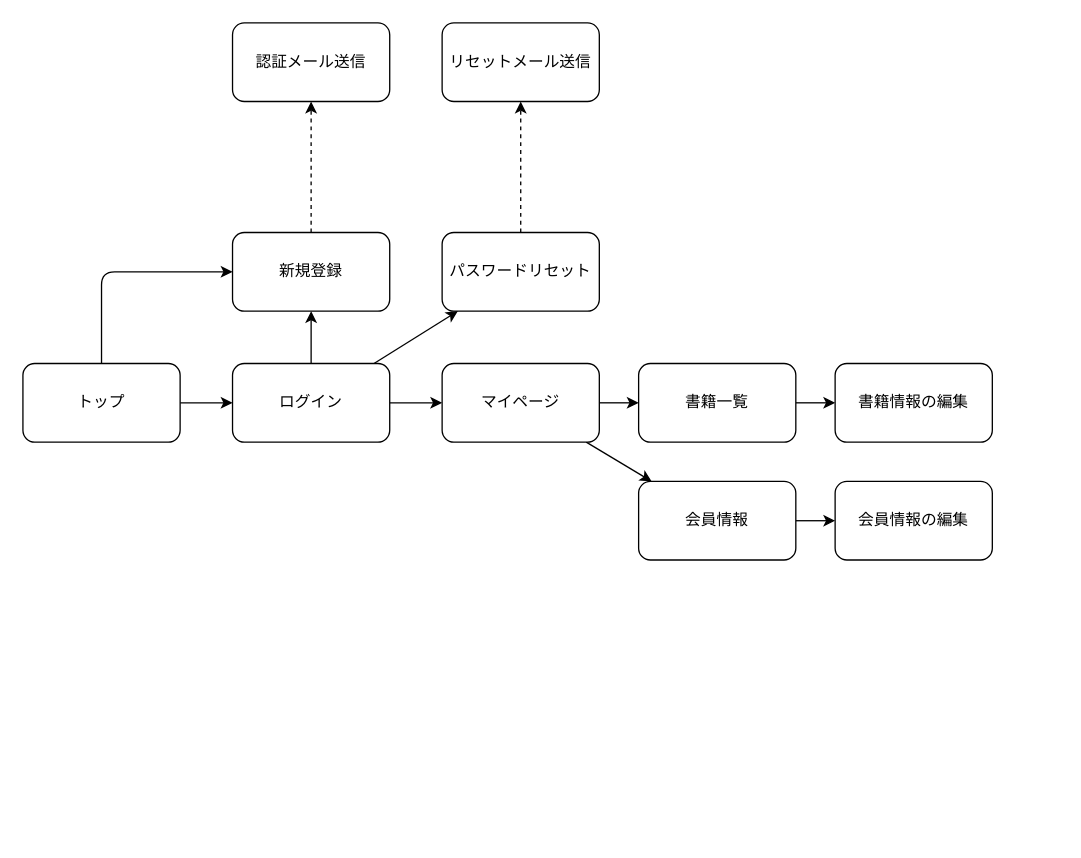
Earlier version of the draw.io diagram upstream/screen_transition.drawio (typ2-f/yuzora). Source tidied: cells renumbered, new cells numbered last; positions are measured from the earlier drawing's top-left corner, leaving out a move shared by most shapes. Both pictures are drawn from the tidied source at 131%, with x=0, y=0 at pixel (22, 22).
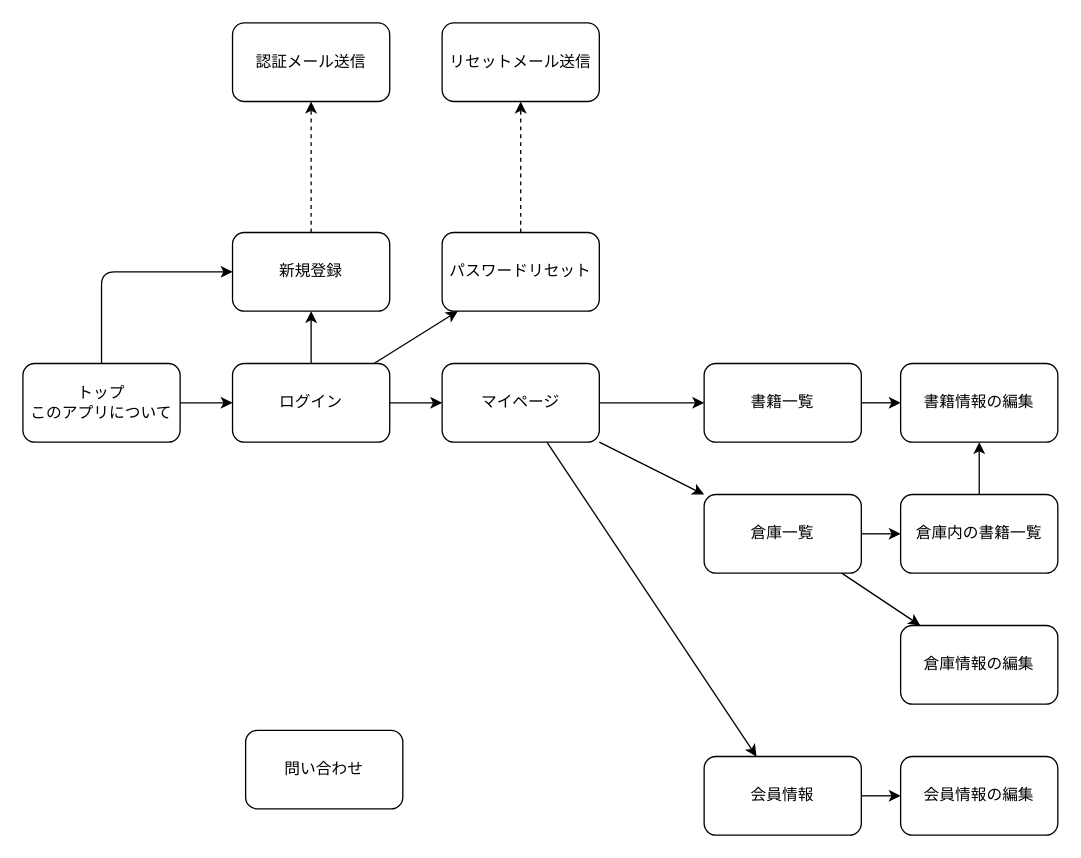
The same page after the edit.

Unchanged cells that the change refers to:
```xml
<mxCell id="17" value="マイページ" style="rounded=1;whiteSpace=wrap;html=1;" parent="1" vertex="1">
  <mxGeometry x="320" y="260" width="120" height="60" as="geometry" />
</mxCell>
```

Diff of the diagram source:
```diff
@@
-    <mxCell id="4" value="トップ" style="rounded=1;whiteSpace=wrap;html=1;" parent="1" vertex="1">
+    <mxCell id="4" value="トップ&lt;br&gt;このアプリについて" style="rounded=1;whiteSpace=wrap;html=1;" parent="1" vertex="1">
       <mxGeometry y="260" width="120" height="60" as="geometry" />
     </mxCell>
@@
     <mxCell id="8" value="書籍一覧" style="rounded=1;whiteSpace=wrap;html=1;" parent="1" vertex="1">
-      <mxGeometry x="470" y="260" width="120" height="60" as="geometry" />
+      <mxGeometry x="520" y="260" width="120" height="60" as="geometry" />
     </mxCell>
     <mxCell id="9" value="会員情報の編集" style="rounded=1;whiteSpace=wrap;html=1;" parent="1" vertex="1">
-      <mxGeometry x="620" y="350" width="120" height="60" as="geometry" />
+      <mxGeometry x="670" y="560" width="120" height="60" as="geometry" />
     </mxCell>
     <mxCell id="10" value="書籍情報の編集" style="rounded=1;whiteSpace=wrap;html=1;" parent="1" vertex="1">
-      <mxGeometry x="620" y="260" width="120" height="60" as="geometry" />
+      <mxGeometry x="670" y="260" width="120" height="60" as="geometry" />
     </mxCell>
@@
     <mxCell id="14" value="会員情報" style="rounded=1;whiteSpace=wrap;html=1;" parent="1" vertex="1">
-      <mxGeometry x="470" y="350" width="120" height="60" as="geometry" />
+      <mxGeometry x="520" y="560" width="120" height="60" as="geometry" />
     </mxCell>
@@
+    <mxCell id="24" style="edgeStyle=none;html=1;" parent="1" edge="1" source="17" target="28">
+      <mxGeometry relative="1" as="geometry" />
+    </mxCell>
@@
+    <mxCell id="25" value="問い合わせ" style="rounded=1;whiteSpace=wrap;html=1;" parent="1" vertex="1">
+      <mxGeometry x="170" y="540" width="120" height="60" as="geometry" />
+    </mxCell>
+    <mxCell id="26" style="edgeStyle=none;html=1;" parent="1" edge="1" source="28" target="29">
+      <mxGeometry relative="1" as="geometry" />
+    </mxCell>
+    <mxCell id="27" style="edgeStyle=none;html=1;" parent="1" edge="1" source="28" target="31">
+      <mxGeometry relative="1" as="geometry" />
+    </mxCell>
+    <mxCell id="28" value="倉庫一覧" style="rounded=1;whiteSpace=wrap;html=1;" parent="1" vertex="1">
+      <mxGeometry x="520" y="360" width="120" height="60" as="geometry" />
+    </mxCell>
+    <mxCell id="29" value="倉庫情報の編集" style="rounded=1;whiteSpace=wrap;html=1;" parent="1" vertex="1">
+      <mxGeometry x="670" y="460" width="120" height="60" as="geometry" />
+    </mxCell>
+    <mxCell id="30" style="edgeStyle=none;html=1;" parent="1" edge="1" source="31" target="10">
+      <mxGeometry relative="1" as="geometry" />
+    </mxCell>
+    <mxCell id="31" value="倉庫内の書籍一覧" style="rounded=1;whiteSpace=wrap;html=1;" parent="1" vertex="1">
+      <mxGeometry x="670" y="360" width="120" height="60" as="geometry" />
+    </mxCell>
```
